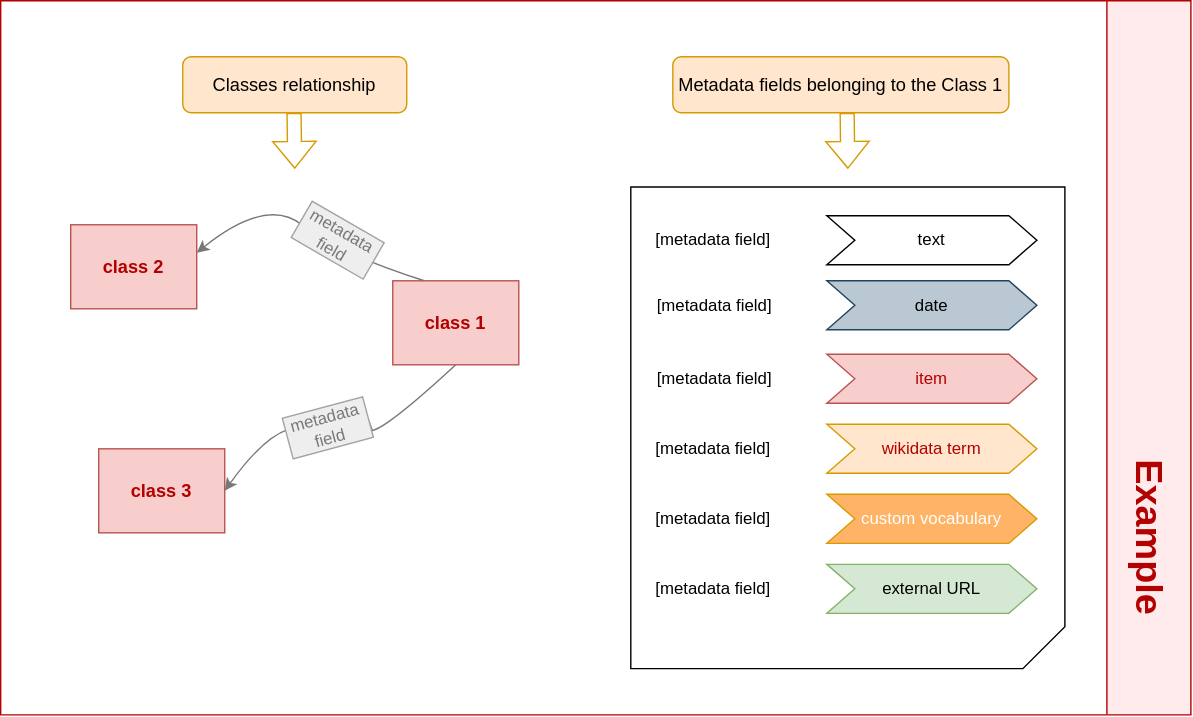
The draw.io diagram static/img/exampleDiagram.svg in write-dataset/documentation, before a commit. Source tidied: cells renumbered, new cells last; positions are measured from the earlier drawing's top-left corner, leaving out a move shared by most shapes. Source of this version:
```xml
<mxGraphModel>
  <root>
    <mxCell id="0" />
    <mxCell id="1" parent="0" />
    <mxCell id="2" value="&lt;font style=&quot;font-size: 13px;&quot;&gt;Classes relationship&lt;/font&gt;" style="rounded=1;whiteSpace=wrap;html=1;fillColor=#ffe6cc;strokeColor=#d79b00;" parent="1" vertex="1">
      <mxGeometry x="130" y="40" width="160" height="40" as="geometry" />
    </mxCell>
    <mxCell id="3" style="shape=flexArrow;endArrow=classic;html=1;rounded=0;strokeColor=#D79B00;exitX=0.5;exitY=1;exitDx=0;exitDy=0;" parent="1" edge="1">
      <mxGeometry relative="1" as="geometry">
        <mxPoint x="209.5" y="80" as="sourcePoint" />
        <mxPoint x="210" y="120" as="targetPoint" />
      </mxGeometry>
    </mxCell>
    <mxCell id="4" value="&lt;font size=&quot;1&quot; color=&quot;#b30000&quot;&gt;&lt;b style=&quot;font-size: 13px;&quot;&gt;class 3&lt;/b&gt;&lt;/font&gt;" style="rounded=0;whiteSpace=wrap;html=1;fillColor=#f8cecc;strokeColor=#b85450;" parent="1" vertex="1">
      <mxGeometry x="70" y="320" width="90" height="60" as="geometry" />
    </mxCell>
    <mxCell id="5" value="&lt;font size=&quot;1&quot; color=&quot;#b30000&quot;&gt;&lt;b style=&quot;font-size: 13px;&quot;&gt;class 1&lt;/b&gt;&lt;/font&gt;" style="rounded=0;whiteSpace=wrap;html=1;fillColor=#f8cecc;strokeColor=#b85450;" parent="1" vertex="1">
      <mxGeometry x="280" y="200" width="90" height="60" as="geometry" />
    </mxCell>
    <mxCell id="6" value="&lt;font size=&quot;1&quot; color=&quot;#b30000&quot;&gt;&lt;b style=&quot;font-size: 13px;&quot;&gt;class 2&lt;/b&gt;&lt;/font&gt;" style="rounded=0;whiteSpace=wrap;html=1;fillColor=#f8cecc;strokeColor=#b85450;" parent="1" vertex="1">
      <mxGeometry x="50" y="160" width="90" height="60" as="geometry" />
    </mxCell>
    <mxCell id="7" style="curved=1;endArrow=classic;html=1;rounded=0;exitX=0.5;exitY=1;exitDx=0;exitDy=0;entryX=1;entryY=0.5;entryDx=0;entryDy=0;strokeColor=#787878;" parent="1" edge="1" source="11" target="4">
      <mxGeometry relative="1" as="geometry">
        <Array as="points">
          <mxPoint x="210" y="280" />
        </Array>
      </mxGeometry>
    </mxCell>
    <mxCell id="8" style="curved=1;endArrow=classic;html=1;rounded=0;exitX=0.25;exitY=0;exitDx=0;exitDy=0;entryX=1;entryY=0.5;entryDx=0;entryDy=0;strokeColor=#787878;" parent="1" edge="1" source="5">
      <mxGeometry relative="1" as="geometry">
        <mxPoint x="140" y="180" as="targetPoint" />
        <Array as="points">
          <mxPoint x="240" y="180" />
          <mxPoint x="190" y="140" />
        </Array>
      </mxGeometry>
    </mxCell>
    <mxCell id="9" value="&lt;font color=&quot;#787878&quot;&gt;metadata field&lt;/font&gt;" style="rounded=0;whiteSpace=wrap;html=1;fillColor=#eeeeee;strokeColor=#A3A3A3;rotation=30;align=center;" parent="1" vertex="1">
      <mxGeometry x="211" y="156" width="59.3" height="30" as="geometry" />
    </mxCell>
    <mxCell id="10" style="curved=1;endArrow=classic;html=1;rounded=0;exitX=0.5;exitY=1;exitDx=0;exitDy=0;entryX=1;entryY=0.5;entryDx=0;entryDy=0;strokeColor=#787878;" parent="1" edge="1" source="5" target="11">
      <mxGeometry relative="1" as="geometry">
        <Array as="points">
          <mxPoint x="260" y="320" />
        </Array>
      </mxGeometry>
    </mxCell>
    <mxCell id="11" value="&lt;font color=&quot;#787878&quot;&gt;metadata field&lt;/font&gt;" style="rounded=0;whiteSpace=wrap;html=1;fillColor=#eeeeee;strokeColor=#A3A3A3;rotation=-15;align=center;" parent="1" vertex="1">
      <mxGeometry x="204" y="290" width="59.3" height="30" as="geometry" />
    </mxCell>
    <mxCell id="12" value="&lt;font style=&quot;font-size: 13px;&quot;&gt;Metadata fields belonging to the Class 1&lt;/font&gt;" style="rounded=1;whiteSpace=wrap;html=1;fillColor=#ffe6cc;strokeColor=#d79b00;" parent="1" vertex="1">
      <mxGeometry x="480" y="40" width="240" height="40" as="geometry" />
    </mxCell>
    <mxCell id="13" style="shape=flexArrow;endArrow=classic;html=1;rounded=0;strokeColor=#D79B00;exitX=0.5;exitY=1;exitDx=0;exitDy=0;" parent="1" edge="1">
      <mxGeometry relative="1" as="geometry">
        <mxPoint x="604.5" y="80" as="sourcePoint" />
        <mxPoint x="605" y="120" as="targetPoint" />
      </mxGeometry>
    </mxCell>
    <mxCell id="14" style="shape=card;whiteSpace=wrap;html=1;rotation=-180;" parent="1" vertex="1">
      <mxGeometry x="450" y="133" width="310" height="344" as="geometry" />
    </mxCell>
    <mxCell id="15" value="[metadata field]" style="text;html=1;align=center;verticalAlign=middle;whiteSpace=wrap;rounded=0;" parent="1" vertex="1">
      <mxGeometry x="464" y="156" width="90" height="30" as="geometry" />
    </mxCell>
    <mxCell id="16" value="[metadata field]" style="text;html=1;align=center;verticalAlign=middle;whiteSpace=wrap;rounded=0;" parent="1" vertex="1">
      <mxGeometry x="465" y="202.5" width="90" height="30" as="geometry" />
    </mxCell>
    <mxCell id="17" value="[metadata field]" style="text;html=1;align=center;verticalAlign=middle;whiteSpace=wrap;rounded=0;" parent="1" vertex="1">
      <mxGeometry x="465" y="255" width="90" height="30" as="geometry" />
    </mxCell>
    <mxCell id="18" value="[metadata field]" style="text;html=1;align=center;verticalAlign=middle;whiteSpace=wrap;rounded=0;" parent="1" vertex="1">
      <mxGeometry x="464" y="405" width="90" height="30" as="geometry" />
    </mxCell>
    <mxCell id="19" value="[metadata field]" style="text;html=1;align=center;verticalAlign=middle;whiteSpace=wrap;rounded=0;" parent="1" vertex="1">
      <mxGeometry x="464" y="305" width="90" height="30" as="geometry" />
    </mxCell>
    <mxCell id="20" value="[metadata field]" style="text;html=1;align=center;verticalAlign=middle;whiteSpace=wrap;rounded=0;" parent="1" vertex="1">
      <mxGeometry x="464" y="355" width="90" height="30" as="geometry" />
    </mxCell>
    <mxCell id="21" value="text" style="shape=step;perimeter=stepPerimeter;whiteSpace=wrap;html=1;fixedSize=1;" parent="1" vertex="1">
      <mxGeometry x="590" y="153.5" width="150" height="35" as="geometry" />
    </mxCell>
    <mxCell id="22" value="&lt;font color=&quot;#b30000&quot;&gt;item&lt;/font&gt;" style="shape=step;perimeter=stepPerimeter;whiteSpace=wrap;html=1;fixedSize=1;fillColor=#f8cecc;strokeColor=#b85450;" parent="1" vertex="1">
      <mxGeometry x="590" y="252.5" width="150" height="35" as="geometry" />
    </mxCell>
    <mxCell id="23" value="&lt;font color=&quot;#b30000&quot;&gt;wikidata term&lt;/font&gt;" style="shape=step;perimeter=stepPerimeter;whiteSpace=wrap;html=1;fixedSize=1;fillColor=#ffe6cc;strokeColor=#d79b00;" parent="1" vertex="1">
      <mxGeometry x="590" y="302.5" width="150" height="35" as="geometry" />
    </mxCell>
    <mxCell id="24" value="external URL" style="shape=step;perimeter=stepPerimeter;whiteSpace=wrap;html=1;fixedSize=1;fillColor=#d5e8d4;strokeColor=#82b366;" parent="1" vertex="1">
      <mxGeometry x="590" y="402.5" width="150" height="35" as="geometry" />
    </mxCell>
    <mxCell id="25" value="date" style="shape=step;perimeter=stepPerimeter;whiteSpace=wrap;html=1;fixedSize=1;fillColor=#bac8d3;strokeColor=#23445d;" parent="1" vertex="1">
      <mxGeometry x="590" y="200" width="150" height="35" as="geometry" />
    </mxCell>
    <mxCell id="26" value="&lt;font color=&quot;#ffffff&quot;&gt;custom vocabulary&lt;/font&gt;" style="shape=step;perimeter=stepPerimeter;whiteSpace=wrap;html=1;fixedSize=1;fillColor=#FFB366;strokeColor=#d79b00;" parent="1" vertex="1">
      <mxGeometry x="590" y="352.5" width="150" height="35" as="geometry" />
    </mxCell>
    <mxCell id="27" value="&lt;font color=&quot;#b30000&quot; style=&quot;font-size: 27px;&quot;&gt;&lt;span style=&quot;white-space: pre;&quot;&gt;&#9;&lt;/span&gt;Example&lt;span style=&quot;white-space: pre;&quot;&gt;&#9;&lt;/span&gt;&lt;span style=&quot;white-space: pre;&quot;&gt;&#9;&lt;/span&gt;&lt;/font&gt;" style="swimlane;horizontal=0;whiteSpace=wrap;html=1;startSize=60;rotation=-180;align=right;strokeColor=#B30000;fillColor=#FFEBEB;" parent="1" vertex="1">
      <mxGeometry width="850" height="510" as="geometry" />
    </mxCell>
  </root>
</mxGraphModel>
```
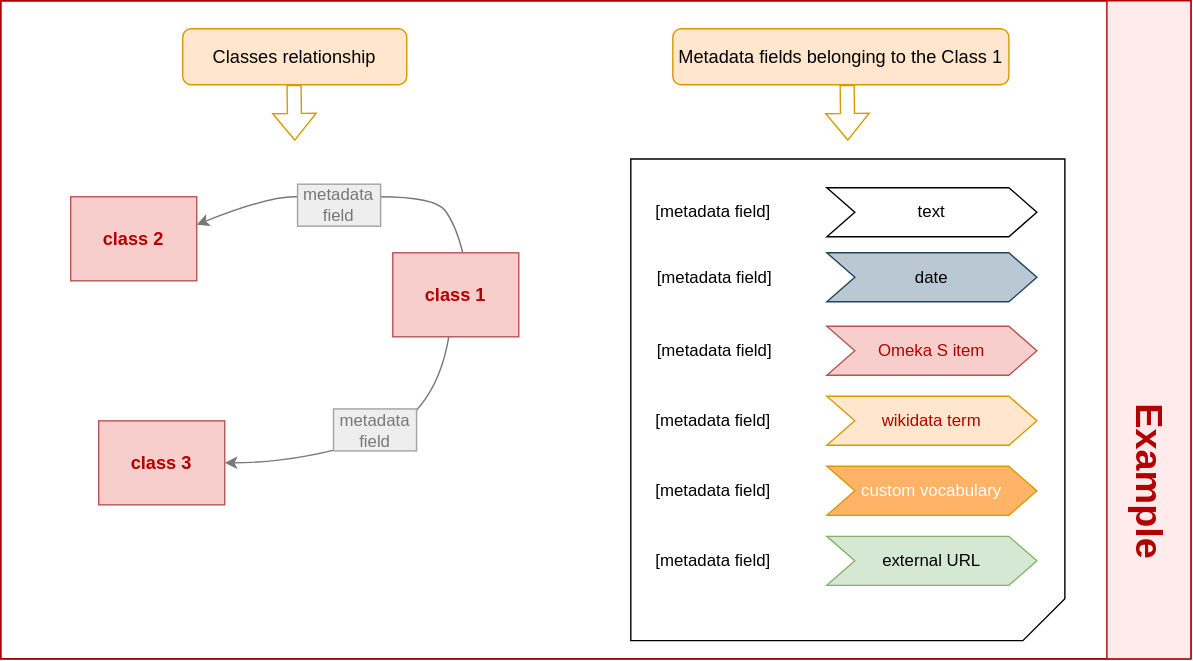
The same diagram one commit later.

The edit, as a diff of the source:
```diff
@@ -2,6 +2,9 @@
   <root>
     <mxCell id="0" />
     <mxCell id="1" parent="0" />
+    <mxCell id="28" style="rounded=0;whiteSpace=wrap;html=1;" parent="1" vertex="1">
+      <mxGeometry y="20" width="850" height="470" as="geometry" />
+    </mxCell>
     <mxCell id="2" value="&lt;font style=&quot;font-size: 13px;&quot;&gt;Classes relationship&lt;/font&gt;" style="rounded=1;whiteSpace=wrap;html=1;fillColor=#ffe6cc;strokeColor=#d79b00;" parent="1" vertex="1">
       <mxGeometry x="130" y="40" width="160" height="40" as="geometry" />
     </mxCell>
@@ -20,35 +23,30 @@
     <mxCell id="6" value="&lt;font size=&quot;1&quot; color=&quot;#b30000&quot;&gt;&lt;b style=&quot;font-size: 13px;&quot;&gt;class 2&lt;/b&gt;&lt;/font&gt;" style="rounded=0;whiteSpace=wrap;html=1;fillColor=#f8cecc;strokeColor=#b85450;" parent="1" vertex="1">
       <mxGeometry x="50" y="160" width="90" height="60" as="geometry" />
     </mxCell>
-    <mxCell id="7" style="curved=1;endArrow=classic;html=1;rounded=0;exitX=0.5;exitY=1;exitDx=0;exitDy=0;entryX=1;entryY=0.5;entryDx=0;entryDy=0;strokeColor=#787878;" parent="1" edge="1" source="11" target="4">
+    <mxCell id="7" style="curved=1;endArrow=classic;html=1;rounded=0;entryX=1;entryY=0.5;entryDx=0;entryDy=0;strokeColor=#787878;" parent="1" edge="1" target="4">
       <mxGeometry relative="1" as="geometry">
+        <mxPoint x="320" y="260" as="sourcePoint" />
         <Array as="points">
-          <mxPoint x="210" y="280" />
+          <mxPoint x="310" y="320" />
+          <mxPoint x="210" y="350" />
         </Array>
       </mxGeometry>
     </mxCell>
-    <mxCell id="8" style="curved=1;endArrow=classic;html=1;rounded=0;exitX=0.25;exitY=0;exitDx=0;exitDy=0;entryX=1;entryY=0.5;entryDx=0;entryDy=0;strokeColor=#787878;" parent="1" edge="1" source="5">
+    <mxCell id="8" style="curved=1;endArrow=classic;html=1;rounded=0;entryX=1;entryY=0.5;entryDx=0;entryDy=0;strokeColor=#787878;" parent="1" edge="1">
       <mxGeometry relative="1" as="geometry">
+        <mxPoint x="330" y="200" as="sourcePoint" />
         <mxPoint x="140" y="180" as="targetPoint" />
         <Array as="points">
-          <mxPoint x="240" y="180" />
-          <mxPoint x="190" y="140" />
+          <mxPoint x="325" y="180" />
+          <mxPoint x="310" y="160" />
+          <mxPoint x="230" y="160" />
+          <mxPoint x="190" y="160" />
         </Array>
       </mxGeometry>
     </mxCell>
-    <mxCell id="9" value="&lt;font color=&quot;#787878&quot;&gt;metadata field&lt;/font&gt;" style="rounded=0;whiteSpace=wrap;html=1;fillColor=#eeeeee;strokeColor=#A3A3A3;rotation=30;align=center;" parent="1" vertex="1">
-      <mxGeometry x="211" y="156" width="59.3" height="30" as="geometry" />
+    <mxCell id="9" value="&lt;font color=&quot;#787878&quot;&gt;metadata field&lt;/font&gt;" style="rounded=0;whiteSpace=wrap;html=1;fillColor=#eeeeee;strokeColor=#A3A3A3;rotation=0;align=center;" parent="1" vertex="1">
+      <mxGeometry x="212" y="151" width="59.3" height="30" as="geometry" />
     </mxCell>
-    <mxCell id="10" style="curved=1;endArrow=classic;html=1;rounded=0;exitX=0.5;exitY=1;exitDx=0;exitDy=0;entryX=1;entryY=0.5;entryDx=0;entryDy=0;strokeColor=#787878;" parent="1" edge="1" source="5" target="11">
-      <mxGeometry relative="1" as="geometry">
-        <Array as="points">
-          <mxPoint x="260" y="320" />
-        </Array>
-      </mxGeometry>
-    </mxCell>
-    <mxCell id="11" value="&lt;font color=&quot;#787878&quot;&gt;metadata field&lt;/font&gt;" style="rounded=0;whiteSpace=wrap;html=1;fillColor=#eeeeee;strokeColor=#A3A3A3;rotation=-15;align=center;" parent="1" vertex="1">
-      <mxGeometry x="204" y="290" width="59.3" height="30" as="geometry" />
-    </mxCell>
     <mxCell id="12" value="&lt;font style=&quot;font-size: 13px;&quot;&gt;Metadata fields belonging to the Class 1&lt;/font&gt;" style="rounded=1;whiteSpace=wrap;html=1;fillColor=#ffe6cc;strokeColor=#d79b00;" parent="1" vertex="1">
       <mxGeometry x="480" y="40" width="240" height="40" as="geometry" />
     </mxCell>
@@ -82,7 +80,7 @@
     <mxCell id="21" value="text" style="shape=step;perimeter=stepPerimeter;whiteSpace=wrap;html=1;fixedSize=1;" parent="1" vertex="1">
       <mxGeometry x="590" y="153.5" width="150" height="35" as="geometry" />
     </mxCell>
-    <mxCell id="22" value="&lt;font color=&quot;#b30000&quot;&gt;item&lt;/font&gt;" style="shape=step;perimeter=stepPerimeter;whiteSpace=wrap;html=1;fixedSize=1;fillColor=#f8cecc;strokeColor=#b85450;" parent="1" vertex="1">
+    <mxCell id="22" value="&lt;font color=&quot;#b30000&quot;&gt;Omeka S item&lt;/font&gt;" style="shape=step;perimeter=stepPerimeter;whiteSpace=wrap;html=1;fixedSize=1;fillColor=#f8cecc;strokeColor=#b85450;" parent="1" vertex="1">
       <mxGeometry x="590" y="252.5" width="150" height="35" as="geometry" />
     </mxCell>
     <mxCell id="23" value="&lt;font color=&quot;#b30000&quot;&gt;wikidata term&lt;/font&gt;" style="shape=step;perimeter=stepPerimeter;whiteSpace=wrap;html=1;fixedSize=1;fillColor=#ffe6cc;strokeColor=#d79b00;" parent="1" vertex="1">
@@ -98,7 +96,10 @@
       <mxGeometry x="590" y="352.5" width="150" height="35" as="geometry" />
     </mxCell>
     <mxCell id="27" value="&lt;font color=&quot;#b30000&quot; style=&quot;font-size: 27px;&quot;&gt;&lt;span style=&quot;white-space: pre;&quot;&gt;&#9;&lt;/span&gt;Example&lt;span style=&quot;white-space: pre;&quot;&gt;&#9;&lt;/span&gt;&lt;span style=&quot;white-space: pre;&quot;&gt;&#9;&lt;/span&gt;&lt;/font&gt;" style="swimlane;horizontal=0;whiteSpace=wrap;html=1;startSize=60;rotation=-180;align=right;strokeColor=#B30000;fillColor=#FFEBEB;" parent="1" vertex="1">
-      <mxGeometry width="850" height="510" as="geometry" />
+      <mxGeometry y="20" width="850" height="470" as="geometry" />
     </mxCell>
+    <mxCell id="11" value="&lt;font color=&quot;#787878&quot;&gt;metadata field&lt;/font&gt;" style="rounded=0;whiteSpace=wrap;html=1;fillColor=#eeeeee;strokeColor=#A3A3A3;rotation=0;align=center;" parent="27" vertex="1">
+      <mxGeometry x="237.7" y="291.5" width="59.3" height="30" as="geometry" />
+    </mxCell>
   </root>
 </mxGraphModel>
```
